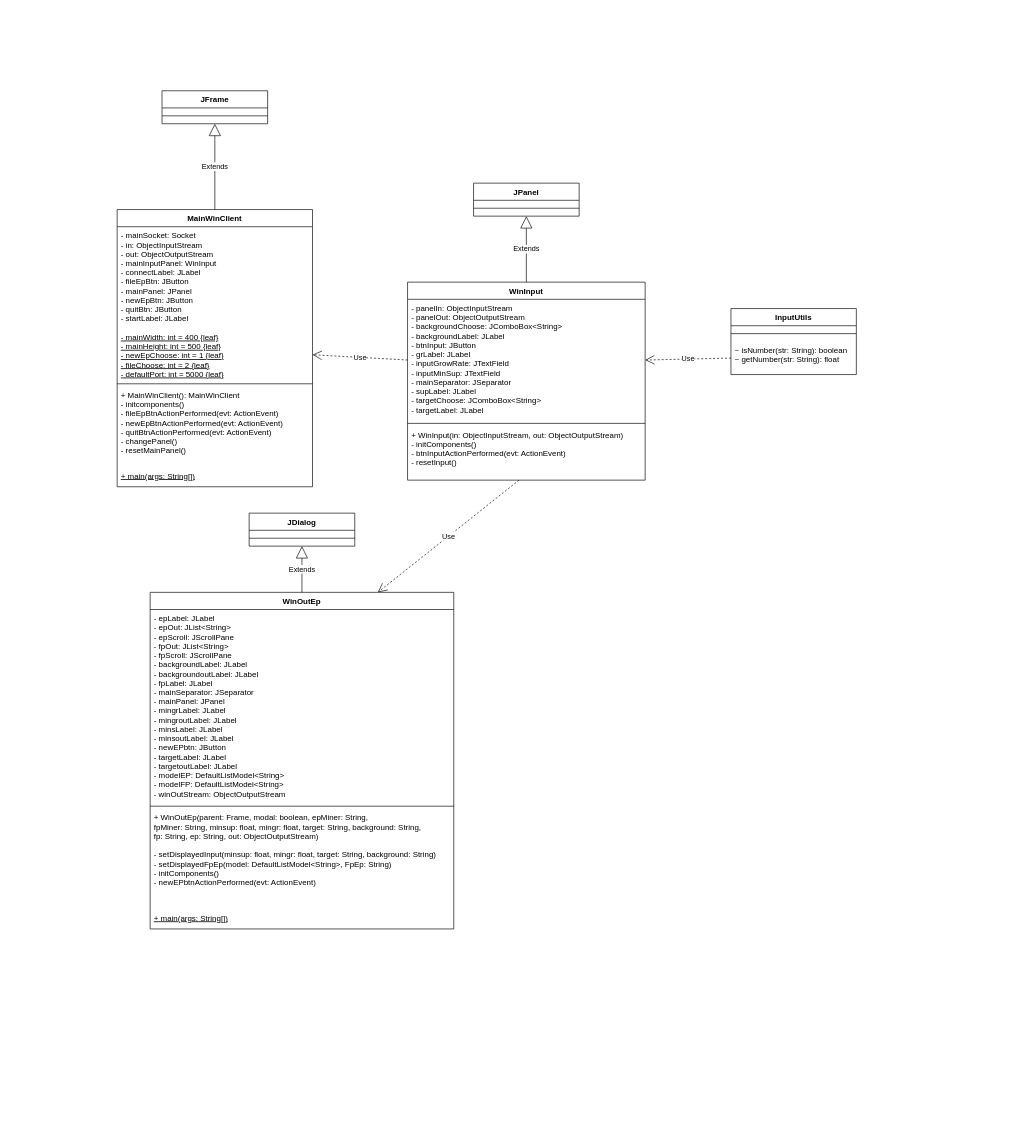
Before: uml/uml_estensione.drawio in simonegramegna/epminer_2021, a draw.io diagram. Source tidied: cells renumbered, new cells numbered last; positions are measured from the earlier drawing's top-left corner, leaving out a move shared by most shapes. Both pictures are drawn from the tidied source at 66%, with x=0, y=0 at pixel (117, 90).
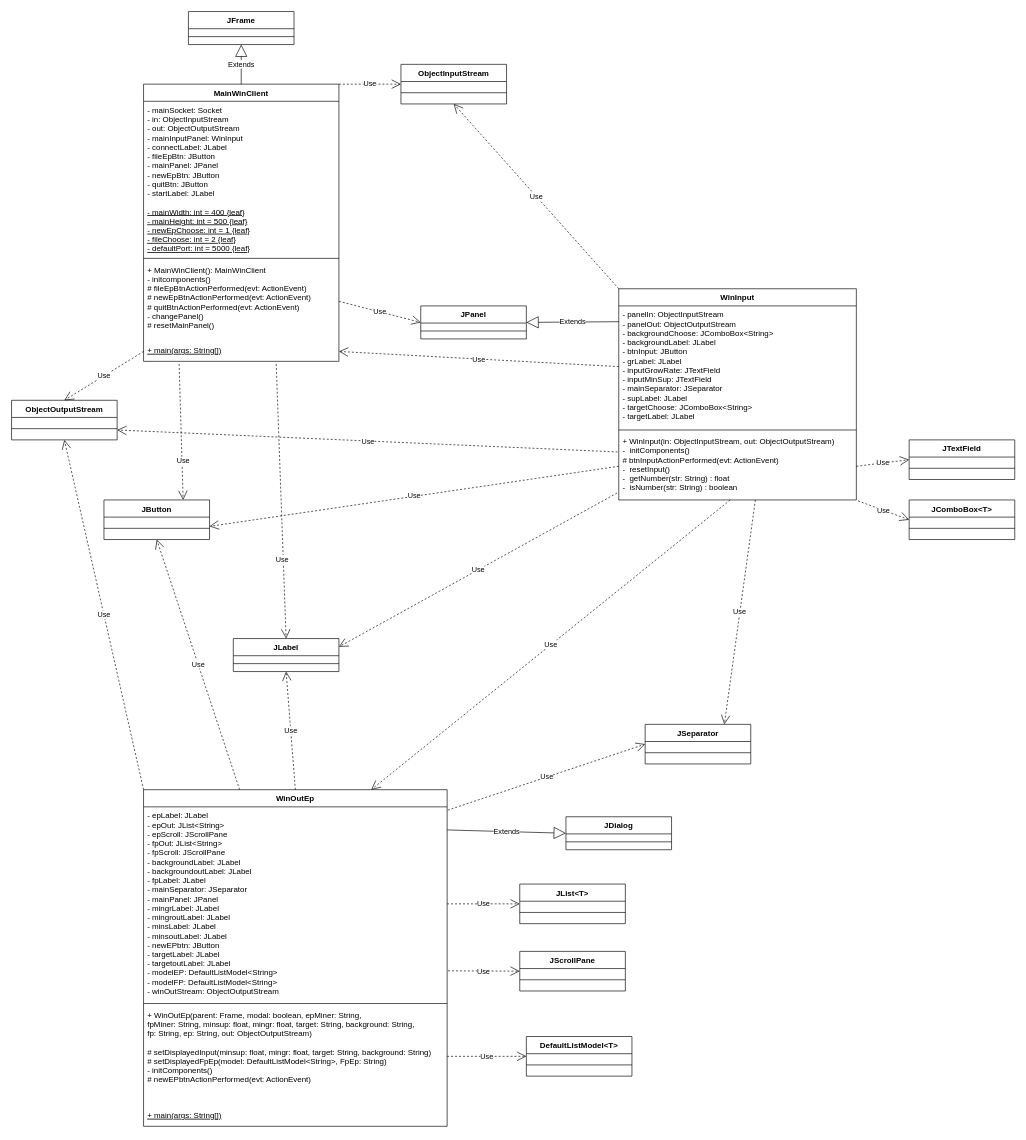
The same page after the edit.

The change refers to these unchanged cells:
```xml
<mxCell id="4" value="- mainWidth: int = 400 {leaf}&#10;- mainHeight: int = 500 {leaf}&#10;- newEpChoose: int = 1 {leaf}&#10;- fileChoose: int = 2 {leaf}&#10;- defaultPort: int = 5000 {leaf}" style="text;strokeColor=none;fillColor=none;align=left;verticalAlign=top;spacingLeft=4;spacingRight=4;overflow=hidden;points=[[0,0.5],[1,0.5]];portConstraint=eastwest;fontStyle=4;" parent="2" vertex="1">
  <mxGeometry y="180" width="296" height="80" as="geometry" />
</mxCell>
<mxCell id="7" value="+ main(args: String[])" style="text;strokeColor=none;fillColor=none;align=left;verticalAlign=top;spacingLeft=4;spacingRight=4;overflow=hidden;points=[[0,0.5],[1,0.5]];portConstraint=eastwest;fontStyle=4;" parent="2" vertex="1">
  <mxGeometry y="390" width="296" height="30" as="geometry" />
</mxCell>
<mxCell id="9" value="- panelIn: ObjectInputStream&#10;- panelOut: ObjectOutputStream&#10;- backgroundChoose: JComboBox&lt;String&gt;&#10;- backgroundLabel: JLabel&#10;- btnInput: JButton&#10;- grLabel: JLabel&#10;- inputGrowRate: JTextField&#10;- inputMinSup: JTextField&#10;- mainSeparator: JSeparator&#10;- supLabel: JLabel&#10;- targetChoose: JComboBox&lt;String&gt;&#10;- targetLabel: JLabel" style="text;strokeColor=none;fillColor=none;align=left;verticalAlign=top;spacingLeft=4;spacingRight=4;overflow=hidden;points=[[0,0.5],[1,0.5]];portConstraint=eastwest;" parent="8" vertex="1">
  <mxGeometry y="26" width="360" height="184" as="geometry" />
</mxCell>
<mxCell id="16" value="- epLabel: JLabel&#10;- epOut: JList&lt;String&gt;&#10;- epScroll: JScrollPane&#10;- fpOut: JList&lt;String&gt;&#10;- fpScroll: JScrollPane&#10;- backgroundLabel: JLabel&#10;- backgroundoutLabel: JLabel&#10;- fpLabel: JLabel&#10;- mainSeparator: JSeparator&#10;- mainPanel: JPanel&#10;- mingrLabel: JLabel&#10;- mingroutLabel: JLabel&#10;- minsLabel: JLabel&#10;- minsoutLabel: JLabel&#10;- newEPbtn: JButton&#10;- targetLabel: JLabel&#10;- targetoutLabel: JLabel&#10;- modelEP: DefaultListModel&lt;String&gt;&#10;- modelFP: DefaultListModel&lt;String&gt;&#10;- winOutStream: ObjectOutputStream&#10;" style="text;strokeColor=none;fillColor=none;align=left;verticalAlign=top;spacingLeft=4;spacingRight=4;overflow=hidden;points=[[0,0.5],[1,0.5]];portConstraint=eastwest;" parent="15" vertex="1">
  <mxGeometry y="26" width="460" height="294" as="geometry" />
</mxCell>
```

What changed in the source:
```diff
@@
     <mxCell id="2" value="MainWinClient" style="swimlane;fontStyle=1;align=center;verticalAlign=top;horizontal=1;startSize=26;" parent="1" vertex="1">
-      <mxGeometry y="180" width="296" height="420" as="geometry" />
+      <mxGeometry x="40" y="-10" width="296" height="420" as="geometry" />
     </mxCell>
@@
-    <mxCell id="6" value="+ MainWinClient(): MainWinClient&#10;- initcomponents()&#10;- fileEpBtnActionPerformed(evt: ActionEvent)&#10;- newEpBtnActionPerformed(evt: ActionEvent)&#10;- quitBtnActionPerformed(evt: ActionEvent)&#10;- changePanel()&#10;- resetMainPanel()" style="text;strokeColor=none;fillColor=none;align=left;verticalAlign=top;spacingLeft=4;spacingRight=4;overflow=hidden;points=[[0,0.5],[1,0.5]];portConstraint=eastwest;" parent="2" vertex="1">
+    <mxCell id="6" value="+ MainWinClient(): MainWinClient&#10;- initcomponents()&#10;# fileEpBtnActionPerformed(evt: ActionEvent)&#10;# newEpBtnActionPerformed(evt: ActionEvent)&#10;# quitBtnActionPerformed(evt: ActionEvent)&#10;- changePanel()&#10;# resetMainPanel()" style="text;strokeColor=none;fillColor=none;align=left;verticalAlign=top;spacingLeft=4;spacingRight=4;overflow=hidden;points=[[0,0.5],[1,0.5]];portConstraint=eastwest;" parent="2" vertex="1">
       <mxGeometry y="268" width="296" height="122" as="geometry" />
     </mxCell>
@@
     <mxCell id="8" value="WinInput" style="swimlane;fontStyle=1;align=center;verticalAlign=top;horizontal=1;startSize=26;" parent="1" vertex="1">
-      <mxGeometry x="440" y="290" width="360" height="300" as="geometry" />
+      <mxGeometry x="760" y="300" width="360" height="320" as="geometry" />
     </mxCell>
@@
-    <mxCell id="11" value="+ WinInput(in: ObjectInputStream, out: ObjectOutputStream)&#10;- initComponents()&#10;- btnInputActionPerformed(evt: ActionEvent)&#10;- resetInput()" style="text;strokeColor=none;fillColor=none;align=left;verticalAlign=top;spacingLeft=4;spacingRight=4;overflow=hidden;points=[[0,0.5],[1,0.5]];portConstraint=eastwest;" parent="8" vertex="1">
-      <mxGeometry y="218" width="360" height="82" as="geometry" />
+    <mxCell id="11" value="+ WinInput(in: ObjectInputStream, out: ObjectOutputStream)&#10;-  initComponents()&#10;# btnInputActionPerformed(evt: ActionEvent)&#10;-  resetInput()&#10;-  getNumber(str: String) : float&#10;-  isNumber(str: String) : boolean&#10;" style="text;strokeColor=none;fillColor=none;align=left;verticalAlign=top;spacingLeft=4;spacingRight=4;overflow=hidden;points=[[0,0.5],[1,0.5]];portConstraint=eastwest;" parent="8" vertex="1">
+      <mxGeometry y="218" width="360" height="102" as="geometry" />
     </mxCell>
     <mxCell id="12" value="JFrame" style="swimlane;fontStyle=1;align=center;verticalAlign=top;horizontal=1;startSize=26;" parent="1" vertex="1">
-      <mxGeometry x="68" width="160" height="50" as="geometry" />
+      <mxGeometry x="108" y="-120" width="160" height="50" as="geometry" />
     </mxCell>
@@
     <mxCell id="15" value="WinOutEp" style="swimlane;fontStyle=1;align=center;verticalAlign=top;horizontal=1;startSize=26;" parent="1" vertex="1">
-      <mxGeometry x="50" y="760" width="460" height="510" as="geometry" />
+      <mxGeometry x="40" y="1059" width="460" height="510" as="geometry" />
     </mxCell>
@@
-    <mxCell id="18" value="+ WinOutEp(parent: Frame, modal: boolean, epMiner: String,&#10;fpMiner: String, minsup: float, mingr: float, target: String, background: String,&#10;fp: String, ep: String, out: ObjectOutputStream)&#10;&#10;- setDisplayedInput(minsup: float, mingr: float, target: String, background: String)&#10;- setDisplayedFpEp(model: DefaultListModel&lt;String&gt;, FpEp: String)&#10;- initComponents()&#10;- newEPbtnActionPerformed(evt: ActionEvent)&#10;&#10;&#10;&#10;&#10;" style="text;strokeColor=none;fillColor=none;align=left;verticalAlign=top;spacingLeft=4;spacingRight=4;overflow=hidden;points=[[0,0.5],[1,0.5]];portConstraint=eastwest;" parent="15" vertex="1">
+    <mxCell id="18" value="+ WinOutEp(parent: Frame, modal: boolean, epMiner: String,&#10;fpMiner: String, minsup: float, mingr: float, target: String, background: String,&#10;fp: String, ep: String, out: ObjectOutputStream)&#10;&#10;# setDisplayedInput(minsup: float, mingr: float, target: String, background: String)&#10;# setDisplayedFpEp(model: DefaultListModel&lt;String&gt;, FpEp: String)&#10;- initComponents()&#10;# newEPbtnActionPerformed(evt: ActionEvent)&#10;&#10;&#10;&#10;&#10;" style="text;strokeColor=none;fillColor=none;align=left;verticalAlign=top;spacingLeft=4;spacingRight=4;overflow=hidden;points=[[0,0.5],[1,0.5]];portConstraint=eastwest;" parent="15" vertex="1">
       <mxGeometry y="328" width="460" height="152" as="geometry" />
     </mxCell>
@@
     <mxCell id="20" value="JPanel" style="swimlane;fontStyle=1;align=center;verticalAlign=top;horizontal=1;startSize=26;" parent="1" vertex="1">
-      <mxGeometry x="540" y="140" width="160" height="50" as="geometry" />
+      <mxGeometry x="460" y="326" width="160" height="50" as="geometry" />
     </mxCell>
@@
-    <mxCell id="22" value="Extends" style="endArrow=block;endSize=16;endFill=0;html=1;exitX=0.5;exitY=0;exitDx=0;exitDy=0;entryX=0.5;entryY=1;entryDx=0;entryDy=0;" parent="1" edge="1" source="8" target="20">
-      <mxGeometry relative="1" as="geometry" />
-    </mxCell>
     <mxCell id="23" value="JDialog" style="swimlane;fontStyle=1;align=center;verticalAlign=top;horizontal=1;startSize=26;" parent="1" vertex="1">
-      <mxGeometry x="200" y="640" width="160" height="50" as="geometry" />
+      <mxGeometry x="680" y="1100" width="160" height="50" as="geometry" />
     </mxCell>
@@
-    <mxCell id="25" value="Extends" style="endArrow=block;endSize=16;endFill=0;html=1;exitX=0.5;exitY=0;exitDx=0;exitDy=0;entryX=0.5;entryY=1;entryDx=0;entryDy=0;" parent="1" edge="1" source="15" target="23">
-      <mxGeometry relative="1" as="geometry" />
-    </mxCell>
-    <mxCell id="26" value="InputUtils" style="swimlane;fontStyle=1;align=center;verticalAlign=top;horizontal=1;startSize=26;" parent="1" vertex="1">
-      <mxGeometry x="930" y="330" width="190" height="100" as="geometry" />
-    </mxCell>
-    <mxCell id="27" style="line;strokeWidth=1;fillColor=none;align=left;verticalAlign=middle;spacingTop=-1;spacingLeft=3;spacingRight=3;labelPosition=right;" parent="26" vertex="1">
-      <mxGeometry y="26" width="190" height="24" as="geometry" />
-    </mxCell>
-    <mxCell id="28" value="~ isNumber(str: String): boolean&#10;~ getNumber(str: String): float " style="text;strokeColor=none;fillColor=none;align=left;verticalAlign=top;spacingLeft=4;spacingRight=4;overflow=hidden;points=[[0,0.5],[1,0.5]];portConstraint=eastwest;" parent="26" vertex="1">
-      <mxGeometry y="50" width="190" height="50" as="geometry" />
-    </mxCell>
@@
-    <mxCell id="30" value="Use" style="endArrow=open;endSize=12;dashed=1;html=1;exitX=0;exitY=0.5;exitDx=0;exitDy=0;entryX=1;entryY=0.5;entryDx=0;entryDy=0;" parent="1" edge="1" source="28" target="9">
-      <mxGeometry relative="1" as="geometry" />
-    </mxCell>
-    <mxCell id="31" value="Use" style="endArrow=open;endSize=12;dashed=1;html=1;exitX=0;exitY=0.5;exitDx=0;exitDy=0;entryX=1;entryY=0.5;entryDx=0;entryDy=0;" parent="1" edge="1" source="9" target="4">
-      <mxGeometry relative="1" as="geometry" />
-    </mxCell>
+    <mxCell id="32" value="JComboBox&lt;T&gt;" style="swimlane;fontStyle=1;align=center;verticalAlign=top;horizontal=1;startSize=26;" parent="1" vertex="1">
+      <mxGeometry x="1200" y="620" width="160" height="60" as="geometry" />
+    </mxCell>
+    <mxCell id="33" style="line;strokeWidth=1;fillColor=none;align=left;verticalAlign=middle;spacingTop=-1;spacingLeft=3;spacingRight=3;labelPosition=right;" parent="32" vertex="1">
+      <mxGeometry y="26" width="160" height="34" as="geometry" />
+    </mxCell>
+    <mxCell id="34" value="JList&lt;T&gt;" style="swimlane;fontStyle=1;align=center;verticalAlign=top;horizontal=1;startSize=26;" parent="1" vertex="1">
+      <mxGeometry x="610" y="1202" width="160" height="60" as="geometry" />
+    </mxCell>
+    <mxCell id="35" style="line;strokeWidth=1;fillColor=none;align=left;verticalAlign=middle;spacingTop=-1;spacingLeft=3;spacingRight=3;labelPosition=right;" parent="34" vertex="1">
+      <mxGeometry y="26" width="160" height="34" as="geometry" />
+    </mxCell>
+    <mxCell id="36" value="ObjectInputStream" style="swimlane;fontStyle=1;align=center;verticalAlign=top;horizontal=1;startSize=26;" parent="1" vertex="1">
+      <mxGeometry x="430" y="-40" width="160" height="60" as="geometry" />
+    </mxCell>
+    <mxCell id="37" style="line;strokeWidth=1;fillColor=none;align=left;verticalAlign=middle;spacingTop=-1;spacingLeft=3;spacingRight=3;labelPosition=right;" parent="36" vertex="1">
+      <mxGeometry y="26" width="160" height="34" as="geometry" />
+    </mxCell>
+    <mxCell id="38" value="ObjectOutputStream" style="swimlane;fontStyle=1;align=center;verticalAlign=top;horizontal=1;startSize=26;" parent="1" vertex="1">
+      <mxGeometry x="-160" y="469" width="160" height="60" as="geometry" />
+    </mxCell>
+    <mxCell id="39" style="line;strokeWidth=1;fillColor=none;align=left;verticalAlign=middle;spacingTop=-1;spacingLeft=3;spacingRight=3;labelPosition=right;" parent="38" vertex="1">
+      <mxGeometry y="26" width="160" height="34" as="geometry" />
+    </mxCell>
+    <mxCell id="40" value="JSeparator" style="swimlane;fontStyle=1;align=center;verticalAlign=top;horizontal=1;startSize=26;" parent="1" vertex="1">
+      <mxGeometry x="800" y="960" width="160" height="60" as="geometry" />
+    </mxCell>
+    <mxCell id="41" style="line;strokeWidth=1;fillColor=none;align=left;verticalAlign=middle;spacingTop=-1;spacingLeft=3;spacingRight=3;labelPosition=right;" parent="40" vertex="1">
+      <mxGeometry y="26" width="160" height="34" as="geometry" />
+    </mxCell>
+    <mxCell id="42" value="JScrollPane&#10;" style="swimlane;fontStyle=1;align=center;verticalAlign=top;horizontal=1;startSize=26;" parent="1" vertex="1">
+      <mxGeometry x="610" y="1304" width="160" height="60" as="geometry" />
+    </mxCell>
+    <mxCell id="43" style="line;strokeWidth=1;fillColor=none;align=left;verticalAlign=middle;spacingTop=-1;spacingLeft=3;spacingRight=3;labelPosition=right;" parent="42" vertex="1">
+      <mxGeometry y="26" width="160" height="34" as="geometry" />
+    </mxCell>
+    <mxCell id="44" value="JButton" style="swimlane;fontStyle=1;align=center;verticalAlign=top;horizontal=1;startSize=26;" parent="1" vertex="1">
+      <mxGeometry x="-20" y="620" width="160" height="60" as="geometry" />
+    </mxCell>
+    <mxCell id="45" style="line;strokeWidth=1;fillColor=none;align=left;verticalAlign=middle;spacingTop=-1;spacingLeft=3;spacingRight=3;labelPosition=right;" parent="44" vertex="1">
+      <mxGeometry y="26" width="160" height="34" as="geometry" />
+    </mxCell>
+    <mxCell id="46" value="DefaultListModel&lt;T&gt;" style="swimlane;fontStyle=1;align=center;verticalAlign=top;horizontal=1;startSize=26;" parent="1" vertex="1">
+      <mxGeometry x="620" y="1433" width="160" height="60" as="geometry" />
+    </mxCell>
+    <mxCell id="47" style="line;strokeWidth=1;fillColor=none;align=left;verticalAlign=middle;spacingTop=-1;spacingLeft=3;spacingRight=3;labelPosition=right;" parent="46" vertex="1">
+      <mxGeometry y="26" width="160" height="34" as="geometry" />
+    </mxCell>
+    <mxCell id="48" value="JTextField" style="swimlane;fontStyle=1;align=center;verticalAlign=top;horizontal=1;startSize=26;" parent="1" vertex="1">
+      <mxGeometry x="1200" y="529" width="160" height="60" as="geometry" />
+    </mxCell>
+    <mxCell id="49" style="line;strokeWidth=1;fillColor=none;align=left;verticalAlign=middle;spacingTop=-1;spacingLeft=3;spacingRight=3;labelPosition=right;" parent="48" vertex="1">
+      <mxGeometry y="26" width="160" height="34" as="geometry" />
+    </mxCell>
+    <mxCell id="50" value="Use" style="endArrow=open;endSize=12;dashed=1;html=1;exitX=1;exitY=0.5;exitDx=0;exitDy=0;entryX=0;entryY=0.5;entryDx=0;entryDy=0;" parent="1" edge="1" source="11" target="48">
+      <mxGeometry relative="1" as="geometry" />
+    </mxCell>
+    <mxCell id="51" value="Use" style="endArrow=open;endSize=12;dashed=1;html=1;exitX=1;exitY=0;exitDx=0;exitDy=0;entryX=0;entryY=0.5;entryDx=0;entryDy=0;" parent="1" edge="1" source="2" target="36">
+      <mxGeometry relative="1" as="geometry" />
+    </mxCell>
+    <mxCell id="52" value="Use" style="endArrow=open;endSize=12;dashed=1;html=1;entryX=0;entryY=0.5;entryDx=0;entryDy=0;exitX=1;exitY=0.5;exitDx=0;exitDy=0;" parent="1" edge="1" source="16" target="34">
+      <mxGeometry relative="1" as="geometry" />
+    </mxCell>
+    <mxCell id="53" value="Use" style="endArrow=open;endSize=12;dashed=1;html=1;exitX=1.003;exitY=0.845;exitDx=0;exitDy=0;exitPerimeter=0;entryX=0;entryY=0.5;entryDx=0;entryDy=0;" parent="1" edge="1" source="16" target="42">
+      <mxGeometry relative="1" as="geometry" />
+    </mxCell>
+    <mxCell id="54" value="Use" style="endArrow=open;endSize=12;dashed=1;html=1;exitX=1;exitY=0.5;exitDx=0;exitDy=0;entryX=0;entryY=0.5;entryDx=0;entryDy=0;" parent="1" edge="1" source="18" target="46">
+      <mxGeometry relative="1" as="geometry" />
+    </mxCell>
+    <mxCell id="55" value="Use" style="endArrow=open;endSize=12;dashed=1;html=1;entryX=0.5;entryY=1;entryDx=0;entryDy=0;" parent="1" edge="1" source="15" target="44">
+      <mxGeometry relative="1" as="geometry" />
+    </mxCell>
+    <mxCell id="56" value="Use" style="endArrow=open;endSize=12;dashed=1;html=1;entryX=1;entryY=0.75;entryDx=0;entryDy=0;exitX=-0.005;exitY=0.287;exitDx=0;exitDy=0;exitPerimeter=0;" parent="1" edge="1" source="11" target="38">
+      <mxGeometry relative="1" as="geometry" />
+    </mxCell>
+    <mxCell id="57" value="Use" style="endArrow=open;endSize=12;dashed=1;html=1;exitX=0;exitY=0.5;exitDx=0;exitDy=0;entryX=0.5;entryY=0;entryDx=0;entryDy=0;" parent="1" edge="1" source="7" target="38">
+      <mxGeometry relative="1" as="geometry" />
+    </mxCell>
+    <mxCell id="58" value="Use" style="endArrow=open;endSize=12;dashed=1;html=1;exitX=1.007;exitY=1.014;exitDx=0;exitDy=0;exitPerimeter=0;entryX=0;entryY=0.5;entryDx=0;entryDy=0;" parent="1" edge="1" source="11" target="32">
+      <mxGeometry relative="1" as="geometry" />
+    </mxCell>
+    <mxCell id="59" value="Use" style="endArrow=open;endSize=12;dashed=1;html=1;exitX=0.575;exitY=1;exitDx=0;exitDy=0;exitPerimeter=0;entryX=0.75;entryY=0;entryDx=0;entryDy=0;" parent="1" edge="1" source="11" target="40">
+      <mxGeometry relative="1" as="geometry" />
+    </mxCell>
+    <mxCell id="60" value="Use" style="endArrow=open;endSize=12;dashed=1;html=1;exitX=1.002;exitY=0.017;exitDx=0;exitDy=0;exitPerimeter=0;entryX=0;entryY=0.5;entryDx=0;entryDy=0;" parent="1" edge="1" source="16" target="40">
+      <mxGeometry relative="1" as="geometry" />
+    </mxCell>
+    <mxCell id="61" value="Extends" style="endArrow=block;endSize=16;endFill=0;html=1;exitX=1;exitY=0.119;exitDx=0;exitDy=0;exitPerimeter=0;entryX=0;entryY=0.5;entryDx=0;entryDy=0;" parent="1" edge="1" source="16" target="23">
+      <mxGeometry relative="1" as="geometry" />
+    </mxCell>
+    <mxCell id="62" value="Use" style="endArrow=open;endSize=12;dashed=1;html=1;exitX=0.182;exitY=1.133;exitDx=0;exitDy=0;exitPerimeter=0;entryX=0.75;entryY=0;entryDx=0;entryDy=0;" parent="1" edge="1" source="7" target="44">
+      <mxGeometry x="0.43" y="2" relative="1" as="geometry" />
+    </mxCell>
+    <mxCell id="63" value="JLabel&#10;" style="swimlane;fontStyle=1;align=center;verticalAlign=top;horizontal=1;startSize=26;" parent="1" vertex="1">
+      <mxGeometry x="176" y="830" width="160" height="50" as="geometry" />
+    </mxCell>
+    <mxCell id="64" style="line;strokeWidth=1;fillColor=none;align=left;verticalAlign=middle;spacingTop=-1;spacingLeft=3;spacingRight=3;labelPosition=right;" parent="63" vertex="1">
+      <mxGeometry y="26" width="160" height="24" as="geometry" />
+    </mxCell>
+    <mxCell id="65" value="Use" style="endArrow=open;endSize=12;dashed=1;html=1;exitX=0.679;exitY=1.133;exitDx=0;exitDy=0;exitPerimeter=0;entryX=0.5;entryY=0;entryDx=0;entryDy=0;" parent="1" edge="1" source="7" target="63">
+      <mxGeometry x="0.42" y="-2" relative="1" as="geometry" />
+    </mxCell>
+    <mxCell id="66" value="Use" style="endArrow=open;endSize=12;dashed=1;html=1;exitX=0.5;exitY=0;exitDx=0;exitDy=0;entryX=0.5;entryY=1;entryDx=0;entryDy=0;" parent="1" edge="1" source="15" target="63">
+      <mxGeometry relative="1" as="geometry" />
+    </mxCell>
+    <mxCell id="67" value="Use" style="endArrow=open;endSize=12;dashed=1;html=1;exitX=-0.007;exitY=0.897;exitDx=0;exitDy=0;exitPerimeter=0;entryX=1;entryY=0.25;entryDx=0;entryDy=0;" parent="1" edge="1" source="11" target="63">
+      <mxGeometry relative="1" as="geometry" />
+    </mxCell>
+    <mxCell id="68" value="Use" style="endArrow=open;endSize=12;dashed=1;html=1;exitX=0;exitY=0.5;exitDx=0;exitDy=0;entryX=1;entryY=0.5;entryDx=0;entryDy=0;" parent="1" edge="1" source="9" target="7">
+      <mxGeometry relative="1" as="geometry" />
+    </mxCell>
+    <mxCell id="69" value="Use" style="endArrow=open;endSize=12;dashed=1;html=1;exitX=0;exitY=0;exitDx=0;exitDy=0;entryX=0.5;entryY=1;entryDx=0;entryDy=0;" parent="1" edge="1" source="8" target="36">
+      <mxGeometry relative="1" as="geometry" />
+    </mxCell>
+    <mxCell id="70" value="Use" style="endArrow=open;endSize=12;dashed=1;html=1;exitX=1;exitY=0.5;exitDx=0;exitDy=0;entryX=0;entryY=0.5;entryDx=0;entryDy=0;" parent="1" edge="1" source="6" target="20">
+      <mxGeometry relative="1" as="geometry" />
+    </mxCell>
+    <mxCell id="71" value="Use" style="endArrow=open;endSize=12;dashed=1;html=1;exitX=0;exitY=0;exitDx=0;exitDy=0;entryX=0.5;entryY=1;entryDx=0;entryDy=0;" parent="1" edge="1" source="15" target="38">
+      <mxGeometry relative="1" as="geometry" />
+    </mxCell>
+    <mxCell id="72" value="Extends" style="endArrow=block;endSize=16;endFill=0;html=1;exitX=0;exitY=0.13;exitDx=0;exitDy=0;exitPerimeter=0;entryX=1;entryY=0.5;entryDx=0;entryDy=0;" parent="1" edge="1" source="9" target="20">
+      <mxGeometry relative="1" as="geometry" />
+    </mxCell>
+    <mxCell id="73" value="Use" style="endArrow=open;endSize=12;dashed=1;html=1;exitX=0;exitY=0.5;exitDx=0;exitDy=0;" parent="1" edge="1" source="11">
+      <mxGeometry relative="1" as="geometry">
+        <mxPoint x="140" y="660" as="targetPoint" />
+      </mxGeometry>
+    </mxCell>
```
